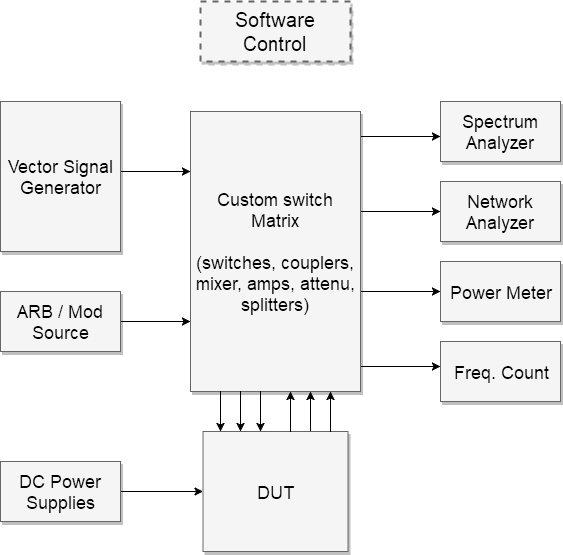
Above: bloomfilter.png in stephenlaw30/stephenlaw (draw.io), before the change. Source tidied: cells renumbered, new cells last; positions are measured from the earlier drawing's top-left corner, leaving out a move shared by most shapes. The source it was exported from:
```xml
<mxGraphModel background="#ffffff">
  <root>
    <mxCell id="0" style="html=1;" />
    <mxCell id="1" style="html=1;" parent="0" />
    <mxCell id="2" value="Software Control" style="whiteSpace=wrap;html=1;shadow=1;fontSize=20;fillColor=#f5f5f5;strokeColor=#666666;strokeWidth=2;dashed=1;" parent="1" vertex="1">
      <mxGeometry x="200" width="150" height="60" as="geometry" />
    </mxCell>
    <mxCell id="3" style="edgeStyle=elbowEdgeStyle;rounded=0;html=1;startArrow=none;startFill=0;jettySize=auto;fontSize=18;elbow=vertical;" parent="1" edge="1" source="8" target="9">
      <mxGeometry relative="1" as="geometry" />
    </mxCell>
    <mxCell id="4" style="edgeStyle=elbowEdgeStyle;rounded=0;html=1;startArrow=none;startFill=0;jettySize=auto;fontSize=18;elbow=vertical;" parent="1" edge="1" source="8" target="10">
      <mxGeometry relative="1" as="geometry" />
    </mxCell>
    <mxCell id="5" style="edgeStyle=elbowEdgeStyle;rounded=0;html=1;startArrow=none;startFill=0;jettySize=auto;fontSize=18;elbow=vertical;" parent="1" edge="1" source="8" target="11">
      <mxGeometry relative="1" as="geometry" />
    </mxCell>
    <mxCell id="6" style="edgeStyle=elbowEdgeStyle;rounded=0;html=1;startArrow=none;startFill=0;jettySize=auto;fontSize=18;elbow=vertical;" parent="1" edge="1" source="8" target="12">
      <mxGeometry relative="1" as="geometry" />
    </mxCell>
    <mxCell id="7" style="edgeStyle=elbowEdgeStyle;rounded=0;html=1;startArrow=none;startFill=0;jettySize=auto;fontSize=18;" parent="1" edge="1" source="17" target="8">
      <mxGeometry relative="1" as="geometry">
        <Array as="points">
          <mxPoint x="310" y="410" />
        </Array>
      </mxGeometry>
    </mxCell>
    <mxCell id="8" value="Custom switch Matrix&lt;div&gt;&lt;br&gt;&lt;/div&gt;&lt;div&gt;(switches, couplers, mixer, amps, attenu, splitters)&lt;/div&gt;" style="whiteSpace=wrap;html=1;shadow=1;fontSize=18;fillColor=#f5f5f5;strokeColor=#666666;" parent="1" vertex="1">
      <mxGeometry x="190" y="110" width="170" height="280" as="geometry" />
    </mxCell>
    <mxCell id="9" value="Spectrum Analyzer" style="whiteSpace=wrap;html=1;shadow=1;fontSize=18;fillColor=#f5f5f5;strokeColor=#666666;" parent="1" vertex="1">
      <mxGeometry x="440" y="100" width="120" height="60" as="geometry" />
    </mxCell>
    <mxCell id="10" value="Network Analyzer" style="whiteSpace=wrap;html=1;shadow=1;fontSize=18;fillColor=#f5f5f5;strokeColor=#666666;" parent="1" vertex="1">
      <mxGeometry x="440" y="180" width="120" height="60" as="geometry" />
    </mxCell>
    <mxCell id="11" value="Power Meter" style="whiteSpace=wrap;html=1;shadow=1;fontSize=18;fillColor=#f5f5f5;strokeColor=#666666;" parent="1" vertex="1">
      <mxGeometry x="440" y="260" width="120" height="60" as="geometry" />
    </mxCell>
    <mxCell id="12" value="Freq. Count" style="whiteSpace=wrap;html=1;shadow=1;fontSize=18;fillColor=#f5f5f5;strokeColor=#666666;" parent="1" vertex="1">
      <mxGeometry x="440" y="340" width="120" height="60" as="geometry" />
    </mxCell>
    <mxCell id="13" style="edgeStyle=elbowEdgeStyle;rounded=0;html=1;startArrow=none;startFill=0;jettySize=auto;fontSize=18;elbow=vertical;" parent="1" edge="1" source="14" target="8">
      <mxGeometry relative="1" as="geometry">
        <Array as="points">
          <mxPoint x="160" y="170" />
        </Array>
      </mxGeometry>
    </mxCell>
    <mxCell id="14" value="Vector Signal Generator" style="whiteSpace=wrap;html=1;shadow=1;fontSize=18;fillColor=#f5f5f5;strokeColor=#666666;" parent="1" vertex="1">
      <mxGeometry y="100" width="120" height="150" as="geometry" />
    </mxCell>
    <mxCell id="15" style="edgeStyle=elbowEdgeStyle;rounded=0;html=1;startArrow=none;startFill=0;jettySize=auto;fontSize=18;elbow=vertical;" parent="1" edge="1" source="16" target="8">
      <mxGeometry relative="1" as="geometry" />
    </mxCell>
    <mxCell id="16" value="ARB / Mod Source" style="whiteSpace=wrap;html=1;shadow=1;fontSize=18;fillColor=#f5f5f5;strokeColor=#666666;" parent="1" vertex="1">
      <mxGeometry y="290" width="120" height="60" as="geometry" />
    </mxCell>
    <mxCell id="17" value="DUT" style="whiteSpace=wrap;html=1;shadow=1;fontSize=18;fillColor=#f5f5f5;strokeColor=#666666;" parent="1" vertex="1">
      <mxGeometry x="202.5" y="430" width="145" height="120" as="geometry" />
    </mxCell>
    <mxCell id="18" style="edgeStyle=elbowEdgeStyle;rounded=0;html=1;startArrow=none;startFill=0;jettySize=auto;fontSize=18;elbow=vertical;" parent="1" edge="1" source="19" target="17">
      <mxGeometry relative="1" as="geometry" />
    </mxCell>
    <mxCell id="19" value="DC Power Supplies" style="whiteSpace=wrap;html=1;shadow=1;fontSize=18;fillColor=#f5f5f5;strokeColor=#666666;" parent="1" vertex="1">
      <mxGeometry y="460" width="120" height="60" as="geometry" />
    </mxCell>
    <mxCell id="20" style="edgeStyle=elbowEdgeStyle;rounded=0;html=1;startArrow=none;startFill=0;jettySize=auto;fontSize=18;" parent="1" edge="1" source="17" target="8">
      <mxGeometry relative="1" as="geometry">
        <Array as="points">
          <mxPoint x="330" y="410" />
          <mxPoint x="310" y="410" />
        </Array>
      </mxGeometry>
    </mxCell>
    <mxCell id="21" style="edgeStyle=elbowEdgeStyle;rounded=0;html=1;startArrow=none;startFill=0;jettySize=auto;orthogonalLoop=1;fontSize=18;" parent="1" edge="1">
      <mxGeometry relative="1" as="geometry">
        <mxPoint x="290" y="430" as="sourcePoint" />
        <mxPoint x="290" y="390" as="targetPoint" />
        <Array as="points">
          <mxPoint x="290" y="410" />
          <mxPoint x="290" y="410" />
        </Array>
      </mxGeometry>
    </mxCell>
    <mxCell id="22" style="edgeStyle=elbowEdgeStyle;rounded=0;html=1;startArrow=none;startFill=0;jettySize=auto;orthogonalLoop=1;fontSize=18;" parent="1" edge="1">
      <mxGeometry relative="1" as="geometry">
        <mxPoint x="260" y="390" as="sourcePoint" />
        <mxPoint x="260" y="430" as="targetPoint" />
        <Array as="points">
          <mxPoint x="260" y="410" />
          <mxPoint x="290" y="420" />
        </Array>
      </mxGeometry>
    </mxCell>
    <mxCell id="23" style="edgeStyle=elbowEdgeStyle;rounded=0;html=1;startArrow=none;startFill=0;jettySize=auto;orthogonalLoop=1;fontSize=18;" parent="1" edge="1">
      <mxGeometry relative="1" as="geometry">
        <mxPoint x="240" y="390" as="sourcePoint" />
        <mxPoint x="240" y="430" as="targetPoint" />
        <Array as="points">
          <mxPoint x="240" y="410" />
          <mxPoint x="270" y="420" />
        </Array>
      </mxGeometry>
    </mxCell>
    <mxCell id="24" style="edgeStyle=elbowEdgeStyle;rounded=0;html=1;startArrow=none;startFill=0;jettySize=auto;orthogonalLoop=1;fontSize=18;" parent="1" edge="1">
      <mxGeometry relative="1" as="geometry">
        <mxPoint x="220" y="390" as="sourcePoint" />
        <mxPoint x="220" y="430" as="targetPoint" />
        <Array as="points">
          <mxPoint x="220" y="410" />
          <mxPoint x="250" y="420" />
        </Array>
      </mxGeometry>
    </mxCell>
  </root>
</mxGraphModel>
```
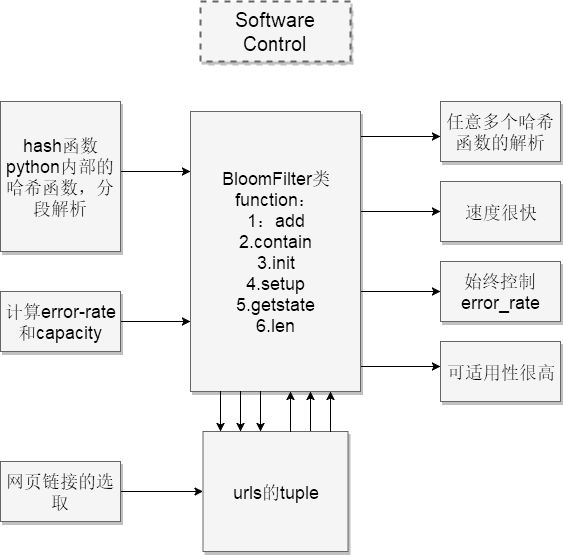
Later version of the same file.

What changed in the source:
```diff
@@ -24,19 +24,19 @@
         </Array>
       </mxGeometry>
     </mxCell>
-    <mxCell id="8" value="Custom switch Matrix&lt;div&gt;&lt;br&gt;&lt;/div&gt;&lt;div&gt;(switches, couplers, mixer, amps, attenu, splitters)&lt;/div&gt;" style="whiteSpace=wrap;html=1;shadow=1;fontSize=18;fillColor=#f5f5f5;strokeColor=#666666;" parent="1" vertex="1">
+    <mxCell id="8" value="BloomFilter类&lt;div&gt;function：&lt;/div&gt;&lt;div&gt;1：add&lt;/div&gt;&lt;div&gt;2.contain&lt;/div&gt;&lt;div&gt;3.init&lt;/div&gt;&lt;div&gt;4.setup&lt;/div&gt;&lt;div&gt;5.getstate&lt;/div&gt;&lt;div&gt;6.len&lt;/div&gt;" style="whiteSpace=wrap;html=1;shadow=1;fontSize=18;fillColor=#f5f5f5;strokeColor=#666666;" parent="1" vertex="1">
       <mxGeometry x="190" y="110" width="170" height="280" as="geometry" />
     </mxCell>
-    <mxCell id="9" value="Spectrum Analyzer" style="whiteSpace=wrap;html=1;shadow=1;fontSize=18;fillColor=#f5f5f5;strokeColor=#666666;" parent="1" vertex="1">
+    <mxCell id="9" value="任意多个哈希函数的解析" style="whiteSpace=wrap;html=1;shadow=1;fontSize=18;fillColor=#f5f5f5;strokeColor=#666666;" parent="1" vertex="1">
       <mxGeometry x="440" y="100" width="120" height="60" as="geometry" />
     </mxCell>
-    <mxCell id="10" value="Network Analyzer" style="whiteSpace=wrap;html=1;shadow=1;fontSize=18;fillColor=#f5f5f5;strokeColor=#666666;" parent="1" vertex="1">
+    <mxCell id="10" value="速度很快" style="whiteSpace=wrap;html=1;shadow=1;fontSize=18;fillColor=#f5f5f5;strokeColor=#666666;" parent="1" vertex="1">
       <mxGeometry x="440" y="180" width="120" height="60" as="geometry" />
     </mxCell>
-    <mxCell id="11" value="Power Meter" style="whiteSpace=wrap;html=1;shadow=1;fontSize=18;fillColor=#f5f5f5;strokeColor=#666666;" parent="1" vertex="1">
+    <mxCell id="11" value="始终控制error_rate" style="whiteSpace=wrap;html=1;shadow=1;fontSize=18;fillColor=#f5f5f5;strokeColor=#666666;" parent="1" vertex="1">
       <mxGeometry x="440" y="260" width="120" height="60" as="geometry" />
     </mxCell>
-    <mxCell id="12" value="Freq. Count" style="whiteSpace=wrap;html=1;shadow=1;fontSize=18;fillColor=#f5f5f5;strokeColor=#666666;" parent="1" vertex="1">
+    <mxCell id="12" value="可适用性很高" style="whiteSpace=wrap;html=1;shadow=1;fontSize=18;fillColor=#f5f5f5;strokeColor=#666666;" parent="1" vertex="1">
       <mxGeometry x="440" y="340" width="120" height="60" as="geometry" />
     </mxCell>
     <mxCell id="13" style="edgeStyle=elbowEdgeStyle;rounded=0;html=1;startArrow=none;startFill=0;jettySize=auto;fontSize=18;elbow=vertical;" parent="1" edge="1" source="14" target="8">
@@ -46,22 +46,22 @@
         </Array>
       </mxGeometry>
     </mxCell>
-    <mxCell id="14" value="Vector Signal Generator" style="whiteSpace=wrap;html=1;shadow=1;fontSize=18;fillColor=#f5f5f5;strokeColor=#666666;" parent="1" vertex="1">
+    <mxCell id="14" value="hash函数&lt;div&gt;python内部的哈希函数，分段解析&lt;/div&gt;" style="whiteSpace=wrap;html=1;shadow=1;fontSize=18;fillColor=#f5f5f5;strokeColor=#666666;" parent="1" vertex="1">
       <mxGeometry y="100" width="120" height="150" as="geometry" />
     </mxCell>
     <mxCell id="15" style="edgeStyle=elbowEdgeStyle;rounded=0;html=1;startArrow=none;startFill=0;jettySize=auto;fontSize=18;elbow=vertical;" parent="1" edge="1" source="16" target="8">
       <mxGeometry relative="1" as="geometry" />
     </mxCell>
-    <mxCell id="16" value="ARB / Mod Source" style="whiteSpace=wrap;html=1;shadow=1;fontSize=18;fillColor=#f5f5f5;strokeColor=#666666;" parent="1" vertex="1">
+    <mxCell id="16" value="计算error-rate和capacity" style="whiteSpace=wrap;html=1;shadow=1;fontSize=18;fillColor=#f5f5f5;strokeColor=#666666;" parent="1" vertex="1">
       <mxGeometry y="290" width="120" height="60" as="geometry" />
     </mxCell>
-    <mxCell id="17" value="DUT" style="whiteSpace=wrap;html=1;shadow=1;fontSize=18;fillColor=#f5f5f5;strokeColor=#666666;" parent="1" vertex="1">
+    <mxCell id="17" value="urls的tuple" style="whiteSpace=wrap;html=1;shadow=1;fontSize=18;fillColor=#f5f5f5;strokeColor=#666666;" parent="1" vertex="1">
       <mxGeometry x="202.5" y="430" width="145" height="120" as="geometry" />
     </mxCell>
     <mxCell id="18" style="edgeStyle=elbowEdgeStyle;rounded=0;html=1;startArrow=none;startFill=0;jettySize=auto;fontSize=18;elbow=vertical;" parent="1" edge="1" source="19" target="17">
       <mxGeometry relative="1" as="geometry" />
     </mxCell>
-    <mxCell id="19" value="DC Power Supplies" style="whiteSpace=wrap;html=1;shadow=1;fontSize=18;fillColor=#f5f5f5;strokeColor=#666666;" parent="1" vertex="1">
+    <mxCell id="19" value="网页链接的选取" style="whiteSpace=wrap;html=1;shadow=1;fontSize=18;fillColor=#f5f5f5;strokeColor=#666666;" parent="1" vertex="1">
       <mxGeometry y="460" width="120" height="60" as="geometry" />
     </mxCell>
     <mxCell id="20" style="edgeStyle=elbowEdgeStyle;rounded=0;html=1;startArrow=none;startFill=0;jettySize=auto;fontSize=18;" parent="1" edge="1" source="17" target="8">
```
